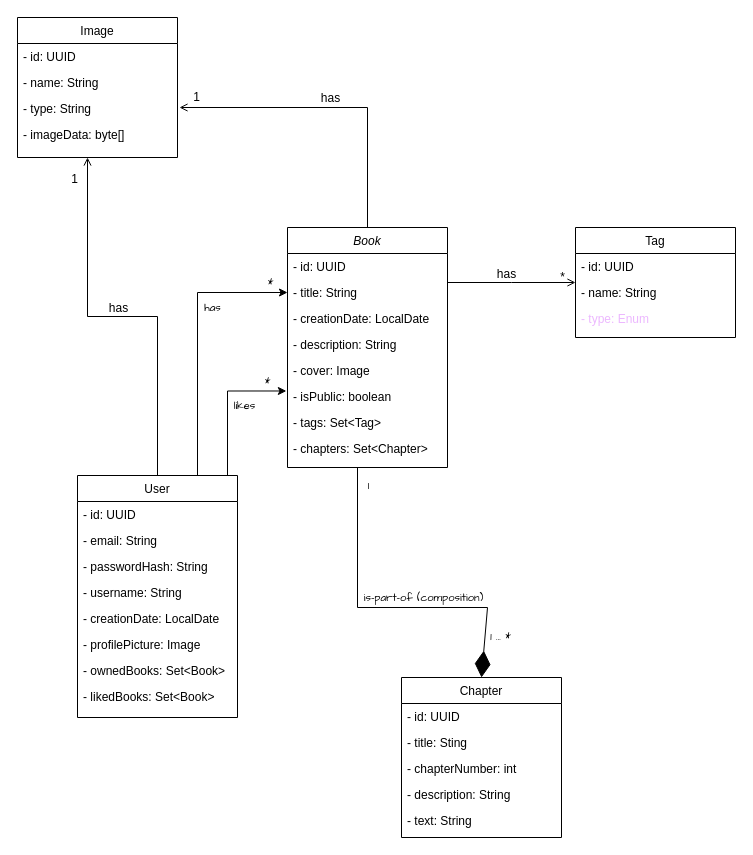
The draw.io diagram 03-attachments/01-umls/domain-diagram.drawio in Luka0731/TBZ_m320_finall-project_luka, before the edit. Source tidied: cells renumbered, new cells numbered last; positions are measured from the earlier drawing's top-left corner, leaving out a move shared by most shapes. Both pictures are drawn from the tidied source at 100%, with x=0, y=0 at pixel (17, 17).
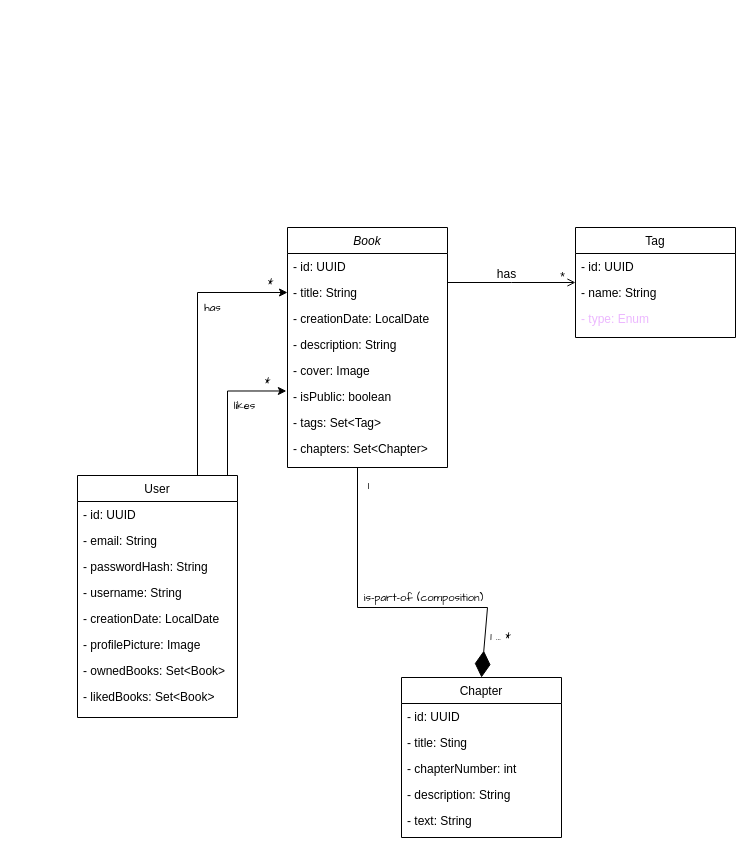
Above is the later version.

The change refers to these unchanged cells:
```xml
<mxCell id="2" value="Book" style="swimlane;fontStyle=2;align=center;verticalAlign=top;horizontal=1;startSize=26;rounded=0;shadow=0;strokeWidth=1;" parent="1" vertex="1">
  <mxGeometry x="270" y="210" width="160" height="240" as="geometry" />
</mxCell>
<mxCell id="14" value="User" style="swimlane;fontStyle=0;align=center;verticalAlign=top;horizontal=1;startSize=26;rounded=0;shadow=0;strokeWidth=1;" parent="1" vertex="1">
  <mxGeometry x="60" y="458" width="160" height="242" as="geometry" />
</mxCell>
```

The edit, as a diff of the source:
```diff
@@
-    <mxCell id="36" value="Image" style="swimlane;fontStyle=0;align=center;verticalAlign=top;horizontal=1;startSize=26;rounded=0;shadow=0;strokeWidth=1;" parent="1" vertex="1">
-      <mxGeometry width="160" height="140" as="geometry" />
-    </mxCell>
-    <mxCell id="37" value="- id: UUID" style="text;align=left;verticalAlign=top;spacingLeft=4;spacingRight=4;overflow=hidden;" parent="36" vertex="1">
-      <mxGeometry y="26" width="160" height="26" as="geometry" />
-    </mxCell>
-    <mxCell id="38" value="- name: String" style="text;align=left;verticalAlign=top;spacingLeft=4;spacingRight=4;overflow=hidden;rounded=0;shadow=0;html=0;" parent="36" vertex="1">
-      <mxGeometry y="52" width="160" height="26" as="geometry" />
-    </mxCell>
-    <mxCell id="39" value="- type: String" style="text;align=left;verticalAlign=top;spacingLeft=4;spacingRight=4;overflow=hidden;rounded=0;shadow=0;html=0;" parent="36" vertex="1">
-      <mxGeometry y="78" width="160" height="26" as="geometry" />
-    </mxCell>
-    <mxCell id="40" value="- imageData: byte[]" style="text;align=left;verticalAlign=top;spacingLeft=4;spacingRight=4;overflow=hidden;rounded=0;shadow=0;html=0;" parent="36" vertex="1">
-      <mxGeometry y="104" width="160" height="26" as="geometry" />
-    </mxCell>
-    <mxCell id="41" style="endArrow=open;shadow=0;strokeWidth=1;rounded=0;curved=0;endFill=1;edgeStyle=elbowEdgeStyle;elbow=vertical;exitX=0.5;exitY=0;exitDx=0;exitDy=0;" parent="1" edge="1" source="14">
-      <mxGeometry x="0.5" y="41" relative="1" as="geometry">
-        <mxPoint x="70" y="140" as="targetPoint" />
-        <mxPoint x="-40" y="32" as="offset" />
-      </mxGeometry>
-    </mxCell>
-    <mxCell id="42" value="1" style="align=right;verticalAlign=bottom;labelBackgroundColor=none;fontSize=12;" parent="41" vertex="1">
-      <mxGeometry x="1" relative="1" as="geometry">
-        <mxPoint x="-8" y="30" as="offset" />
-      </mxGeometry>
-    </mxCell>
-    <mxCell id="43" value="has" style="text;html=1;align=center;verticalAlign=middle;labelBackgroundColor=none;rounded=0;shadow=0;strokeWidth=1;fontSize=12;" parent="41" vertex="1">
-      <mxGeometry x="0.5" y="49" relative="1" as="geometry">
-        <mxPoint x="79" y="53" as="offset" />
-      </mxGeometry>
-    </mxCell>
-    <mxCell id="44" style="endArrow=open;shadow=0;strokeWidth=1;rounded=0;curved=0;endFill=1;edgeStyle=elbowEdgeStyle;elbow=vertical;exitX=0.5;exitY=0;exitDx=0;exitDy=0;" parent="1" edge="1" source="2">
-      <mxGeometry x="0.5" y="41" relative="1" as="geometry">
-        <mxPoint x="162" y="90" as="targetPoint" />
-        <Array as="points">
-          <mxPoint x="250" y="90" />
-        </Array>
-        <mxPoint x="-40" y="32" as="offset" />
-      </mxGeometry>
-    </mxCell>
-    <mxCell id="45" value="1" style="align=right;verticalAlign=bottom;labelBackgroundColor=none;fontSize=12;" parent="44" vertex="1">
-      <mxGeometry x="1" relative="1" as="geometry">
-        <mxPoint x="22" y="-2" as="offset" />
-      </mxGeometry>
-    </mxCell>
-    <mxCell id="46" value="has" style="text;html=1;align=center;verticalAlign=middle;labelBackgroundColor=none;rounded=0;shadow=0;strokeWidth=1;fontSize=12;" parent="44" vertex="1">
-      <mxGeometry x="0.5" y="49" relative="1" as="geometry">
-        <mxPoint x="73" y="-59" as="offset" />
-      </mxGeometry>
-    </mxCell>
```
